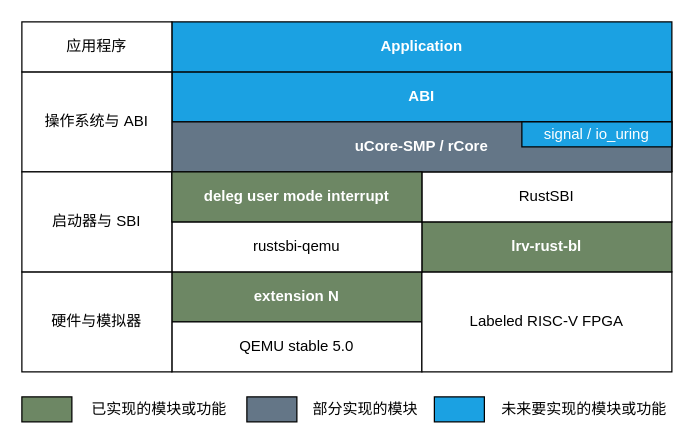
This is docs/src/assets/proj.drawio from oscomp/2021oscomp-best-kernel-design-impl, a draw.io file, before an edit. Source tidied: cells renumbered, new cells numbered last; positions are measured from the earlier drawing's top-left corner, leaving out a move shared by most shapes. Both pictures are drawn from the tidied source at 125%, with x=0, y=0 at pixel (21, 21).
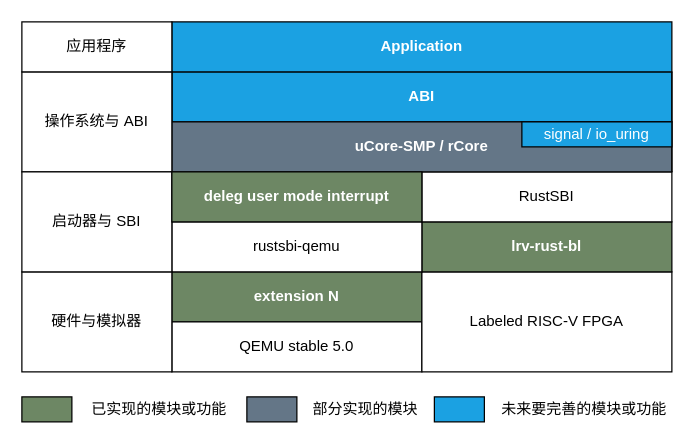
The same diagram, later.

Change to the diagram source:
```diff
@@
-    <mxCell id="24" value="未来要实现的模块或功能" style="text;html=1;strokeColor=none;fillColor=none;align=center;verticalAlign=middle;whiteSpace=wrap;rounded=0;" parent="1" vertex="1">
+    <mxCell id="24" value="未来要完善的模块或功能" style="text;html=1;strokeColor=none;fillColor=none;align=center;verticalAlign=middle;whiteSpace=wrap;rounded=0;" parent="1" vertex="1">
       <mxGeometry x="380" y="300" width="140" height="20" as="geometry" />
     </mxCell>
```
